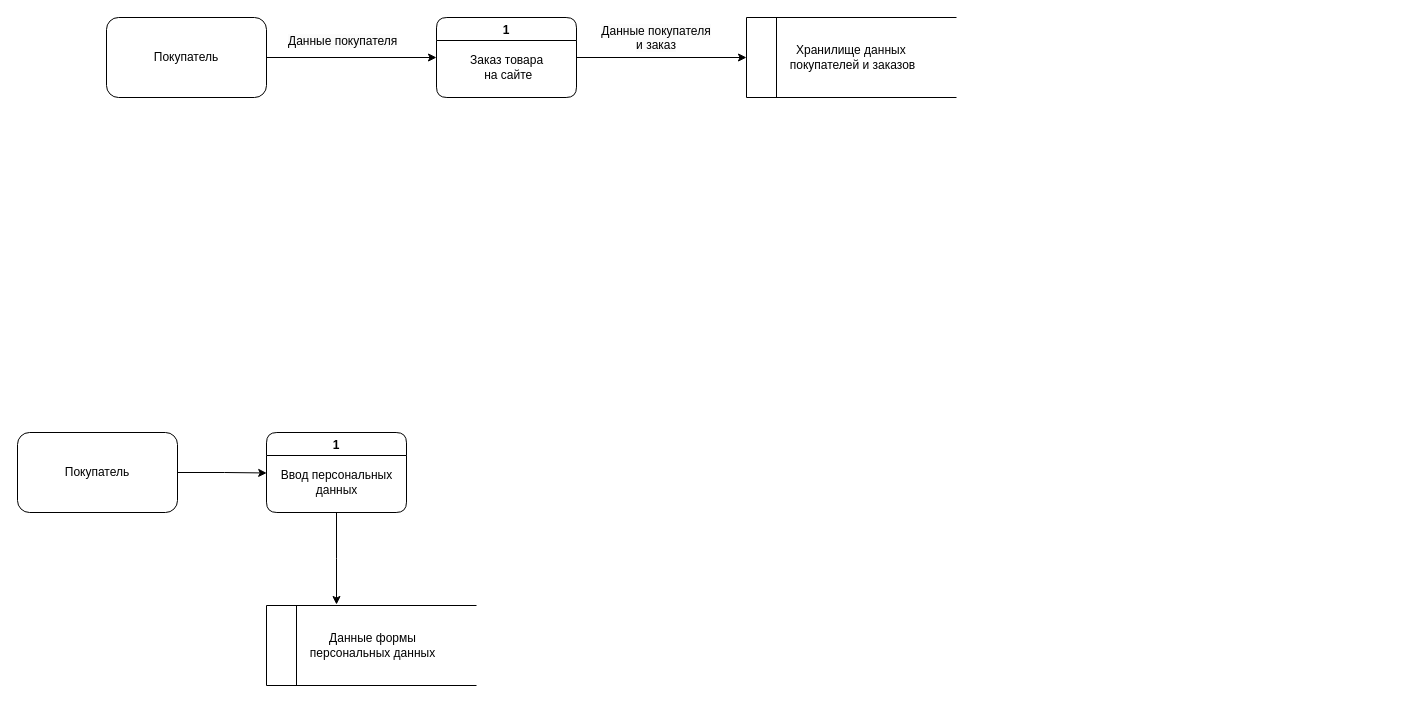
This is DFD.drawio from melikhovaeva/business-processes, a draw.io file, before an edit. Source tidied: cells renumbered, new cells numbered last; positions are measured from the earlier drawing's top-left corner, leaving out a move shared by most shapes. Both pictures are drawn from the tidied source at 100%, with x=0, y=0 at pixel (17, 17).
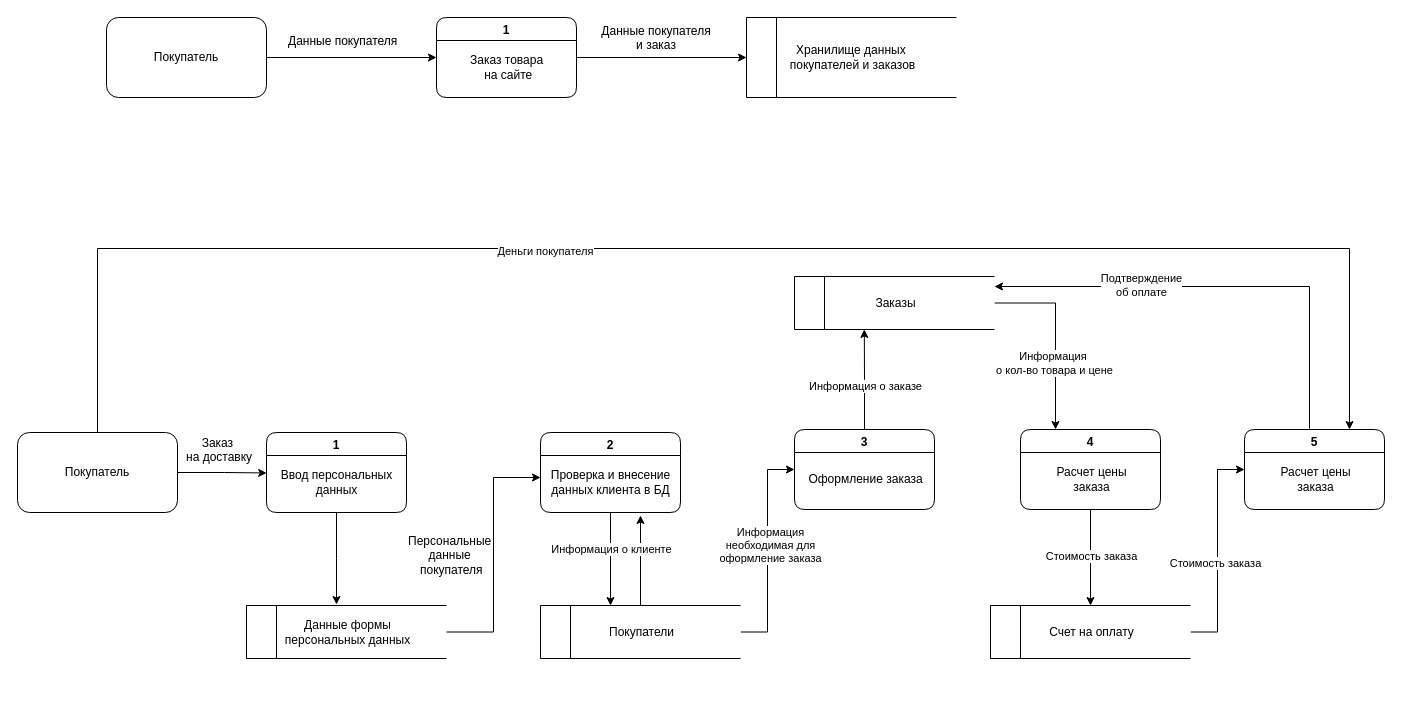
Above is the later version.

The change refers to these unchanged cells:
```xml
<mxCell id="10" value="Покупатель" style="rounded=1;whiteSpace=wrap;html=1;" parent="1" vertex="1">
  <mxGeometry y="415" width="160" height="80" as="geometry" />
</mxCell>
```

What changed in the source:
```diff
@@
+    <mxCell id="16" style="edgeStyle=orthogonalEdgeStyle;rounded=0;jettySize=auto;html=1;entryX=0.75;entryY=0;entryDx=0;entryDy=0;exitX=0.5;exitY=0;exitDx=0;exitDy=0;" parent="1" edge="1" source="10" target="47">
+      <mxGeometry relative="1" as="geometry">
+        <Array as="points">
+          <mxPoint x="80" y="231" />
+          <mxPoint x="1332" y="231" />
+        </Array>
+      </mxGeometry>
+    </mxCell>
+    <mxCell id="17" value="Деньги покупателя" style="edgeLabel;html=1;align=center;verticalAlign=middle;" parent="16" vertex="1">
+      <mxGeometry x="-0.22" y="-2" relative="1" as="geometry" />
+    </mxCell>
@@
     <mxCell id="13" value="Данные формы&lt;div&gt;персональных данных&lt;/div&gt;" style="html=1;dashed=0;whiteSpace=wrap;shape=mxgraph.dfd.dataStoreID;align=center;spacingLeft=3;points=[[0,0],[0.5,0],[1,0],[0,0.5],[1,0.5],[0,1],[0.5,1],[1,1]];" parent="1" vertex="1">
-      <mxGeometry x="249" y="588" width="210" height="80" as="geometry" />
+      <mxGeometry x="229" y="588" width="200" height="53" as="geometry" />
     </mxCell>
@@
+    <mxCell id="18" value="2" style="swimlane;rounded=1;" parent="1" vertex="1">
+      <mxGeometry x="523" y="415" width="140" height="80" as="geometry" />
+    </mxCell>
+    <mxCell id="19" value="Проверка и внесение&lt;div&gt;данных клиента в БД&lt;/div&gt;" style="text;html=1;align=center;verticalAlign=middle;points=[];strokeColor=none;fillColor=none;rounded=1;" parent="18" vertex="1">
+      <mxGeometry y="30" width="140" height="40" as="geometry" />
+    </mxCell>
+    <mxCell id="20" style="edgeStyle=orthogonalEdgeStyle;rounded=0;jettySize=auto;html=1;" parent="1" edge="1" source="23">
+      <mxGeometry relative="1" as="geometry">
+        <mxPoint x="623" y="498" as="targetPoint" />
+      </mxGeometry>
+    </mxCell>
+    <mxCell id="21" style="edgeStyle=orthogonalEdgeStyle;rounded=0;jettySize=auto;html=1;entryX=0;entryY=0.5;entryDx=0;entryDy=0;" parent="1" edge="1" source="23" target="31">
+      <mxGeometry relative="1" as="geometry" />
+    </mxCell>
+    <mxCell id="22" value="Информация&lt;div&gt;необходимая для&lt;/div&gt;&lt;div&gt;оформление заказа&lt;/div&gt;" style="edgeLabel;html=1;align=center;verticalAlign=middle;" parent="21" vertex="1">
+      <mxGeometry x="0.05" y="-2" relative="1" as="geometry" />
+    </mxCell>
+    <mxCell id="23" value="Покупатели" style="html=1;dashed=0;whiteSpace=wrap;shape=mxgraph.dfd.dataStoreID;align=center;spacingLeft=3;points=[[0,0],[0.5,0],[1,0],[0,0.5],[1,0.5],[0,1],[0.5,1],[1,1]];" parent="1" vertex="1">
+      <mxGeometry x="523" y="588" width="200" height="53" as="geometry" />
+    </mxCell>
+    <mxCell id="24" style="edgeStyle=orthogonalEdgeStyle;rounded=0;jettySize=auto;html=1;entryX=0;entryY=0.375;entryDx=0;entryDy=0;entryPerimeter=0;exitX=1;exitY=0.5;exitDx=0;exitDy=0;" parent="1" edge="1" source="13" target="19">
+      <mxGeometry relative="1" as="geometry" />
+    </mxCell>
+    <mxCell id="25" value="&lt;div style=&quot;text-align: center;&quot;&gt;&lt;span style=&quot;text-wrap-mode: nowrap;&quot;&gt;Заказ&amp;nbsp;&lt;/span&gt;&lt;/div&gt;&lt;div style=&quot;text-align: center;&quot;&gt;&lt;span style=&quot;text-wrap-mode: nowrap;&quot;&gt;на доставку&lt;/span&gt;&lt;/div&gt;" style="text;whiteSpace=wrap;html=1;" parent="1" vertex="1">
+      <mxGeometry x="167" y="412" width="76" height="37" as="geometry" />
+    </mxCell>
+    <mxCell id="26" style="edgeStyle=orthogonalEdgeStyle;rounded=0;jettySize=auto;html=1;entryX=0.35;entryY=0;entryDx=0;entryDy=0;entryPerimeter=0;" parent="1" edge="1" source="18" target="23">
+      <mxGeometry relative="1" as="geometry" />
+    </mxCell>
+    <mxCell id="27" style="edgeLabel;html=1;align=center;verticalAlign=middle;" parent="26" vertex="1">
+      <mxGeometry x="-0.16" y="1" relative="1" as="geometry" />
+    </mxCell>
+    <mxCell id="28" value="Информация о клиенте" style="edgeLabel;html=1;align=center;verticalAlign=middle;" parent="26" vertex="1">
+      <mxGeometry x="-0.23" relative="1" as="geometry" />
+    </mxCell>
+    <mxCell id="29" value="&lt;div style=&quot;text-align: center;&quot;&gt;&lt;span style=&quot;text-wrap-mode: nowrap;&quot;&gt;Персональные&amp;nbsp;&lt;/span&gt;&lt;/div&gt;&lt;div style=&quot;text-align: center;&quot;&gt;&lt;span style=&quot;text-wrap-mode: nowrap;&quot;&gt;данные&amp;nbsp;&lt;/span&gt;&lt;/div&gt;&lt;div style=&quot;text-align: center;&quot;&gt;&lt;span style=&quot;white-space: nowrap;&quot;&gt;покупателя&lt;/span&gt;&lt;/div&gt;" style="text;whiteSpace=wrap;html=1;" parent="1" vertex="1">
+      <mxGeometry x="389" y="510" width="86" height="50" as="geometry" />
+    </mxCell>
+    <mxCell id="30" style="edgeStyle=orthogonalEdgeStyle;rounded=0;orthogonalLoop=1;jettySize=auto;html=1;exitX=0.5;exitY=1;exitDx=0;exitDy=0;" parent="1" edge="1" source="29" target="29">
+      <mxGeometry relative="1" as="geometry" />
+    </mxCell>
+    <mxCell id="31" value="3" style="swimlane;rounded=1;startSize=23;" parent="1" vertex="1">
+      <mxGeometry x="777" y="412" width="140" height="80" as="geometry" />
+    </mxCell>
+    <mxCell id="32" value="Оформление заказа" style="text;html=1;align=center;verticalAlign=middle;strokeColor=none;fillColor=none;rounded=1;" parent="31" vertex="1">
+      <mxGeometry x="3" y="37" width="135" height="26" as="geometry" />
+    </mxCell>
+    <mxCell id="33" style="edgeStyle=orthogonalEdgeStyle;rounded=0;jettySize=auto;html=1;entryX=0.25;entryY=0;entryDx=0;entryDy=0;" parent="1" edge="1" source="35" target="40">
+      <mxGeometry relative="1" as="geometry" />
+    </mxCell>
+    <mxCell id="34" value="Информация&amp;nbsp;&lt;div&gt;о кол-во товара и цене&lt;/div&gt;" style="edgeLabel;html=1;align=center;verticalAlign=middle;" parent="33" vertex="1">
+      <mxGeometry x="0.29" y="-2" relative="1" as="geometry" />
+    </mxCell>
+    <mxCell id="35" value="Заказы" style="html=1;dashed=0;whiteSpace=wrap;shape=mxgraph.dfd.dataStoreID;align=center;spacingLeft=3;points=[[0,0],[0.5,0],[1,0],[0,0.5],[1,0.5],[0,1],[0.5,1],[1,1]];" parent="1" vertex="1">
+      <mxGeometry x="777" y="259" width="200" height="53" as="geometry" />
+    </mxCell>
+    <mxCell id="36" style="edgeStyle=orthogonalEdgeStyle;rounded=0;jettySize=auto;html=1;entryX=0.349;entryY=0.999;entryDx=0;entryDy=0;entryPerimeter=0;" parent="1" edge="1" source="31" target="35">
+      <mxGeometry relative="1" as="geometry" />
+    </mxCell>
+    <mxCell id="37" value="Информация о заказе" style="edgeLabel;html=1;align=center;verticalAlign=middle;" parent="36" vertex="1">
+      <mxGeometry x="-0.13" relative="1" as="geometry" />
+    </mxCell>
+    <mxCell id="38" style="edgeStyle=orthogonalEdgeStyle;rounded=0;jettySize=auto;html=1;" parent="1" edge="1" source="40" target="44">
+      <mxGeometry relative="1" as="geometry" />
+    </mxCell>
+    <mxCell id="39" value="Стоимость заказа" style="edgeLabel;html=1;align=center;verticalAlign=middle;" parent="38" vertex="1">
+      <mxGeometry x="-0.06" relative="1" as="geometry">
+        <mxPoint y="1" as="offset" />
+      </mxGeometry>
+    </mxCell>
+    <mxCell id="40" value="4" style="swimlane;rounded=1;startSize=23;" parent="1" vertex="1">
+      <mxGeometry x="1003" y="412" width="140" height="80" as="geometry" />
+    </mxCell>
+    <mxCell id="41" value="Расчет цены&lt;div&gt;заказа&lt;/div&gt;" style="text;html=1;align=center;verticalAlign=middle;strokeColor=none;fillColor=none;rounded=1;" parent="40" vertex="1">
+      <mxGeometry x="26" y="30" width="90" height="40" as="geometry" />
+    </mxCell>
+    <mxCell id="42" style="edgeStyle=orthogonalEdgeStyle;rounded=0;jettySize=auto;html=1;entryX=0;entryY=0.5;entryDx=0;entryDy=0;" parent="1" edge="1" source="44" target="47">
+      <mxGeometry relative="1" as="geometry" />
+    </mxCell>
+    <mxCell id="43" value="Стоимость заказа" style="edgeLabel;html=1;align=center;verticalAlign=middle;" parent="42" vertex="1">
+      <mxGeometry x="-0.11" y="3" relative="1" as="geometry" />
+    </mxCell>
+    <mxCell id="44" value="Счет на оплату" style="html=1;dashed=0;whiteSpace=wrap;shape=mxgraph.dfd.dataStoreID;align=center;spacingLeft=3;points=[[0,0],[0.5,0],[1,0],[0,0.5],[1,0.5],[0,1],[0.5,1],[1,1]];" parent="1" vertex="1">
+      <mxGeometry x="973" y="588" width="200" height="53" as="geometry" />
+    </mxCell>
+    <mxCell id="45" style="edgeStyle=orthogonalEdgeStyle;rounded=0;jettySize=auto;html=1;" parent="1" edge="1" target="35">
+      <mxGeometry relative="1" as="geometry">
+        <mxPoint x="1292" y="411" as="sourcePoint" />
+        <Array as="points">
+          <mxPoint x="1292" y="269" />
+        </Array>
+      </mxGeometry>
+    </mxCell>
+    <mxCell id="46" value="Подтверждение&lt;div&gt;об оплате&lt;/div&gt;" style="edgeLabel;html=1;align=center;verticalAlign=middle;" parent="45" vertex="1">
+      <mxGeometry x="0.36" y="-2" relative="1" as="geometry" />
+    </mxCell>
+    <mxCell id="47" value="5" style="swimlane;rounded=1;startSize=23;" parent="1" vertex="1">
+      <mxGeometry x="1227" y="412" width="140" height="80" as="geometry" />
+    </mxCell>
+    <mxCell id="48" value="Расчет цены&lt;div&gt;заказа&lt;/div&gt;" style="text;html=1;align=center;verticalAlign=middle;strokeColor=none;fillColor=none;rounded=1;" parent="47" vertex="1">
+      <mxGeometry x="26" y="30" width="90" height="40" as="geometry" />
+    </mxCell>
```
